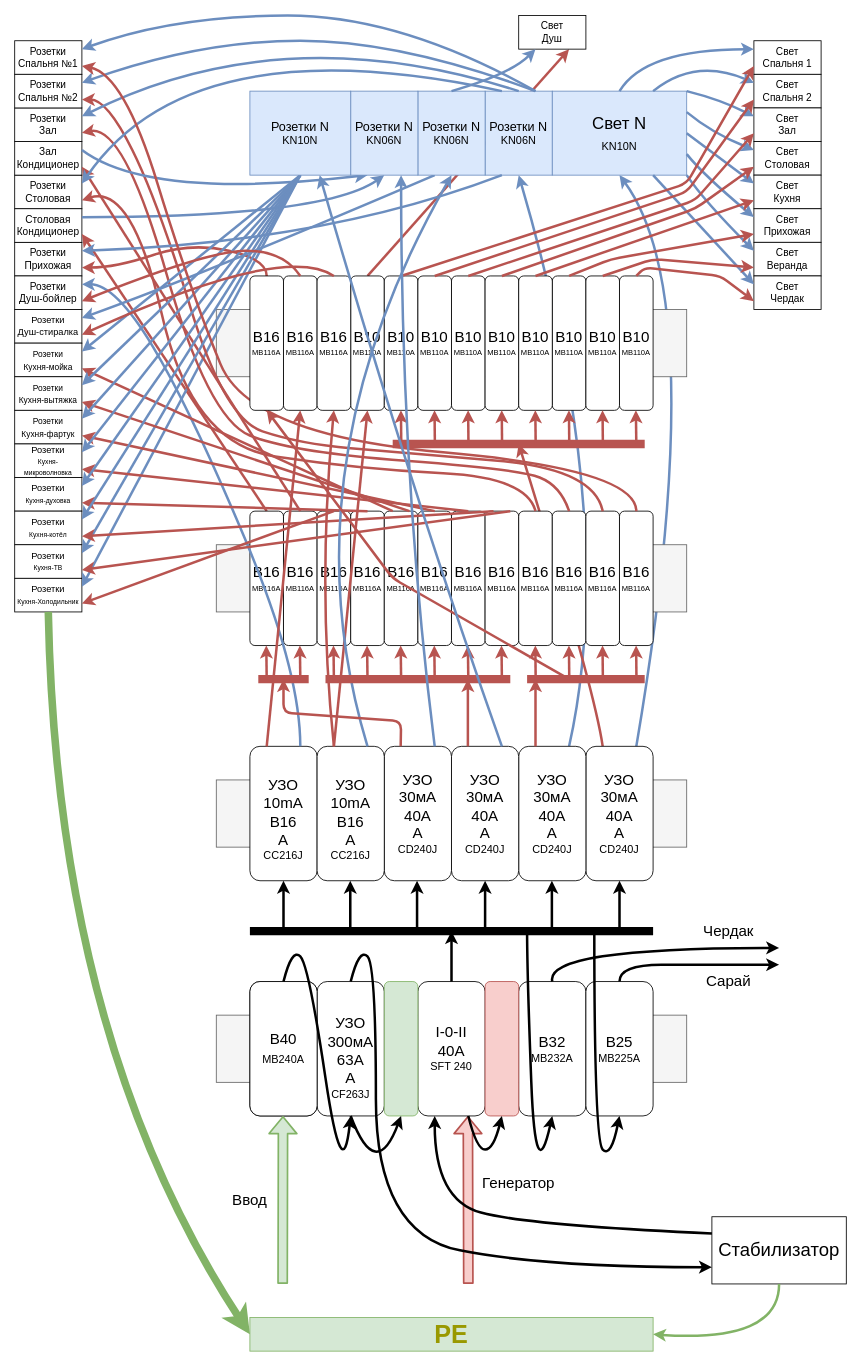
Before: shit-v2.drawio in Tur-4000/electro22, a draw.io diagram. Source tidied: cells renumbered, new cells numbered last; positions are measured from the earlier drawing's top-left corner, leaving out a move shared by most shapes. Both pictures are drawn from the tidied source at 84%, with x=0, y=0 at pixel (14, 15).
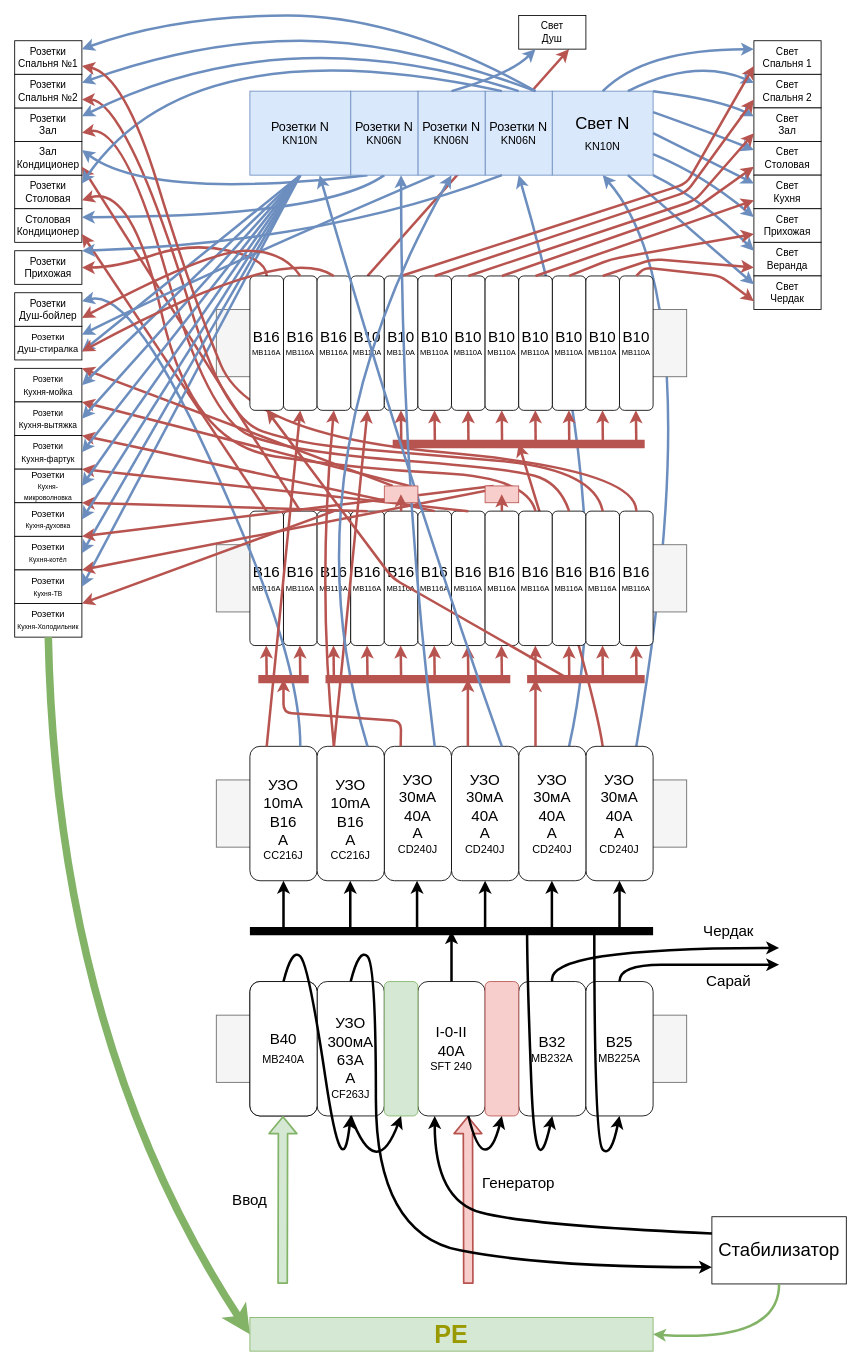
The same diagram, later.

Unchanged cells that the change refers to:
```xml
<mxCell id="16" value="&lt;div&gt;&lt;br&gt;&lt;/div&gt;&lt;div style=&quot;font-size: 18px&quot;&gt;&lt;font style=&quot;font-size: 18px&quot;&gt;УЗО&lt;/font&gt;&lt;br&gt;&lt;/div&gt;&lt;div style=&quot;font-size: 18px&quot;&gt;&lt;span style=&quot;color: rgb(0 , 0 , 0) ; font-weight: normal ; text-decoration: none ; font-family: &amp;#34;arial&amp;#34; ; font-style: normal&quot;&gt;&lt;font style=&quot;font-size: 18px&quot;&gt;10mA&lt;/font&gt;&lt;/span&gt;&lt;br&gt;&lt;span style=&quot;color: rgb(0 , 0 , 0) ; font-weight: normal ; text-decoration: none ; font-family: &amp;#34;arial&amp;#34; ; font-style: normal&quot;&gt;&lt;font style=&quot;font-size: 18px&quot;&gt;&lt;span style=&quot;color: rgb(0 , 0 , 0) ; font-weight: normal ; text-decoration: none ; font-family: &amp;#34;arial&amp;#34; ; font-style: normal&quot;&gt;B16&lt;/span&gt;&lt;/font&gt;&lt;/span&gt;&lt;/div&gt;&lt;div style=&quot;font-size: 18px&quot;&gt;&lt;span style=&quot;color: rgb(0 , 0 , 0) ; font-weight: normal ; text-decoration: none ; font-family: &amp;#34;arial&amp;#34; ; font-style: normal&quot;&gt;&lt;font style=&quot;font-size: 18px&quot;&gt;&lt;span style=&quot;color: rgb(0 , 0 , 0) ; font-weight: normal ; text-decoration: none ; font-family: &amp;#34;arial&amp;#34; ; font-style: normal&quot;&gt;А&lt;br&gt;&lt;/span&gt;&lt;/font&gt;&lt;/span&gt;&lt;/div&gt;&lt;div&gt;&lt;span style=&quot;font-size: 13px ; color: #000000 ; font-weight: normal ; text-decoration: none ; font-family: &amp;#34;arial&amp;#34; ; font-style: normal&quot;&gt;CC216J&lt;/span&gt;&lt;br&gt;&lt;span style=&quot;font-size: 13px ; color: #000000 ; font-weight: normal ; text-decoration: none ; font-family: &amp;#34;arial&amp;#34; ; font-style: normal&quot;&gt;&lt;/span&gt;&lt;/div&gt;" style="rounded=1;whiteSpace=wrap;html=1;" parent="1" vertex="1">
  <mxGeometry x="280" y="870" width="80" height="160" as="geometry" />
</mxCell>
<mxCell id="60" value="&lt;div&gt;Столовая&lt;/div&gt;&lt;div&gt;Кондиционер&lt;br&gt;&lt;/div&gt;" style="rounded=0;whiteSpace=wrap;html=1;" parent="1" vertex="1">
  <mxGeometry y="230" width="80" height="40" as="geometry" />
</mxCell>
<mxCell id="119" value="&lt;div&gt;&lt;span style=&quot;font-size: 13px ; color: #000000 ; font-weight: normal ; text-decoration: none ; font-family: &amp;#34;arial&amp;#34; ; font-style: normal&quot;&gt;&lt;font style=&quot;font-size: 18px&quot;&gt;B16&lt;/font&gt;&lt;br&gt;&lt;/span&gt;&lt;/div&gt;&lt;div&gt;&lt;font size=&quot;1&quot;&gt;&lt;span style=&quot;font-size: 9px ; color: rgb(0 , 0 , 0) ; font-weight: normal ; text-decoration: none ; font-family: &amp;#34;arial&amp;#34; ; font-style: normal&quot;&gt;MB116A&lt;/span&gt;&lt;/font&gt;&lt;/div&gt;" style="rounded=1;whiteSpace=wrap;html=1;" parent="1" vertex="1">
  <mxGeometry x="440" y="590" width="40" height="160" as="geometry" />
</mxCell>
<mxCell id="122" value="&lt;div&gt;&lt;span style=&quot;font-size: 13px ; color: #000000 ; font-weight: normal ; text-decoration: none ; font-family: &amp;#34;arial&amp;#34; ; font-style: normal&quot;&gt;&lt;font style=&quot;font-size: 18px&quot;&gt;B16&lt;/font&gt;&lt;br&gt;&lt;/span&gt;&lt;/div&gt;&lt;div&gt;&lt;font size=&quot;1&quot;&gt;&lt;span style=&quot;font-size: 9px ; color: rgb(0 , 0 , 0) ; font-weight: normal ; text-decoration: none ; font-family: &amp;#34;arial&amp;#34; ; font-style: normal&quot;&gt;MB116A&lt;/span&gt;&lt;/font&gt;&lt;/div&gt;" style="rounded=1;whiteSpace=wrap;html=1;" parent="1" vertex="1">
  <mxGeometry x="560" y="590" width="40" height="160" as="geometry" />
</mxCell>
<mxCell id="161" value="&lt;div style=&quot;font-size: 15px&quot;&gt;&lt;font style=&quot;font-size: 15px&quot;&gt;Розетки N&lt;/font&gt;&lt;/div&gt;&lt;div style=&quot;font-size: 13px&quot;&gt;&lt;font style=&quot;font-size: 13px&quot;&gt;KN06N&lt;br&gt;&lt;/font&gt;&lt;/div&gt;" style="rounded=0;whiteSpace=wrap;html=1;fillColor=#dae8fc;strokeColor=#6c8ebf;" parent="1" vertex="1">
  <mxGeometry x="400" y="90" width="80" height="100" as="geometry" />
</mxCell>
```

Change to the diagram source:
```diff
@@
     <mxCell id="41" value="&lt;div&gt;&lt;font style=&quot;font-size: 20px&quot;&gt;Свет N&lt;/font&gt;&lt;br&gt;&lt;font style=&quot;font-size: 20px&quot;&gt;&lt;span style=&quot;font-size: 13px ; color: #000000 ; font-weight: normal ; text-decoration: none ; font-family: &amp;#34;arial&amp;#34; ; font-style: normal&quot;&gt;KN10N&lt;/span&gt;&lt;/font&gt;&lt;/div&gt;" style="rounded=0;whiteSpace=wrap;html=1;fillColor=#dae8fc;strokeColor=#6c8ebf;" parent="1" vertex="1">
-      <mxGeometry x="640" y="90" width="160" height="100" as="geometry" />
+      <mxGeometry x="640" y="90" width="120" height="100" as="geometry" />
     </mxCell>
@@
     <mxCell id="48" value="&lt;div&gt;Розетки&lt;/div&gt;&lt;div&gt;Прихожая&lt;br&gt;&lt;/div&gt;" style="rounded=0;whiteSpace=wrap;html=1;" parent="1" vertex="1">
-      <mxGeometry y="270" width="80" height="40" as="geometry" />
+      <mxGeometry y="280" width="80" height="40" as="geometry" />
     </mxCell>
     <mxCell id="49" value="&lt;div&gt;Розетки&lt;/div&gt;&lt;div&gt;Душ-бойлер&lt;br&gt;&lt;/div&gt;" style="rounded=0;whiteSpace=wrap;html=1;" parent="1" vertex="1">
-      <mxGeometry y="310" width="80" height="40" as="geometry" />
+      <mxGeometry y="330" width="80" height="40" as="geometry" />
     </mxCell>
     <mxCell id="50" value="&lt;div style=&quot;font-size: 11px&quot;&gt;Розетки&lt;/div&gt;&lt;div style=&quot;font-size: 11px&quot;&gt;&lt;font style=&quot;font-size: 11px&quot;&gt;Душ-стиралка&lt;/font&gt;&lt;br&gt;&lt;/div&gt;" style="rounded=0;whiteSpace=wrap;html=1;" parent="1" vertex="1">
-      <mxGeometry y="350" width="80" height="40" as="geometry" />
+      <mxGeometry y="370" width="80" height="40" as="geometry" />
     </mxCell>
     <mxCell id="51" value="&lt;div&gt;&lt;font style=&quot;font-size: 10px&quot;&gt;Розетки&lt;/font&gt;&lt;/div&gt;&lt;div&gt;&lt;font style=&quot;font-size: 10px&quot;&gt;Кухня-мойка&lt;br&gt;&lt;/font&gt;&lt;/div&gt;" style="rounded=0;whiteSpace=wrap;html=1;" parent="1" vertex="1">
-      <mxGeometry y="390" width="80" height="40" as="geometry" />
+      <mxGeometry y="420" width="80" height="40" as="geometry" />
     </mxCell>
     <mxCell id="52" value="&lt;div&gt;&lt;font style=&quot;font-size: 10px&quot;&gt;Розетки&lt;/font&gt;&lt;/div&gt;&lt;div&gt;&lt;font style=&quot;font-size: 10px&quot;&gt;Кухня-вытяжка&lt;br&gt;&lt;/font&gt;&lt;/div&gt;" style="rounded=0;whiteSpace=wrap;html=1;" parent="1" vertex="1">
-      <mxGeometry y="430" width="80" height="40" as="geometry" />
+      <mxGeometry y="460" width="80" height="40" as="geometry" />
     </mxCell>
     <mxCell id="53" value="&lt;div&gt;&lt;font style=&quot;font-size: 10px&quot;&gt;Розетки&lt;/font&gt;&lt;/div&gt;&lt;div&gt;&lt;font style=&quot;font-size: 10px&quot;&gt;Кухня-фартук&lt;br&gt;&lt;/font&gt;&lt;/div&gt;" style="rounded=0;whiteSpace=wrap;html=1;" parent="1" vertex="1">
-      <mxGeometry y="470" width="80" height="40" as="geometry" />
+      <mxGeometry y="500" width="80" height="40" as="geometry" />
     </mxCell>
     <mxCell id="54" value="&lt;div style=&quot;font-size: 11px&quot;&gt;&lt;font style=&quot;font-size: 11px&quot;&gt;Розетки&lt;/font&gt;&lt;/div&gt;&lt;div style=&quot;font-size: 11px&quot;&gt;&lt;font style=&quot;font-size: 11px&quot;&gt;&lt;font style=&quot;font-size: 8px&quot;&gt;Кухня-микроволновка&lt;/font&gt;&lt;br&gt;&lt;/font&gt;&lt;/div&gt;" style="rounded=0;whiteSpace=wrap;html=1;" parent="1" vertex="1">
-      <mxGeometry y="510" width="80" height="40" as="geometry" />
+      <mxGeometry y="540" width="80" height="40" as="geometry" />
     </mxCell>
     <mxCell id="55" value="&lt;div style=&quot;font-size: 11px&quot;&gt;&lt;font style=&quot;font-size: 11px&quot;&gt;Розетки&lt;/font&gt;&lt;/div&gt;&lt;div style=&quot;font-size: 11px&quot;&gt;&lt;font style=&quot;font-size: 11px&quot;&gt;&lt;font style=&quot;font-size: 8px&quot;&gt;Кухня-духовка&lt;/font&gt;&lt;br&gt;&lt;/font&gt;&lt;/div&gt;" style="rounded=0;whiteSpace=wrap;html=1;" parent="1" vertex="1">
-      <mxGeometry y="550" width="80" height="40" as="geometry" />
+      <mxGeometry y="580" width="80" height="40" as="geometry" />
     </mxCell>
     <mxCell id="56" value="&lt;div style=&quot;font-size: 11px&quot;&gt;&lt;font style=&quot;font-size: 11px&quot;&gt;Розетки&lt;/font&gt;&lt;/div&gt;&lt;div style=&quot;font-size: 11px&quot;&gt;&lt;font style=&quot;font-size: 11px&quot;&gt;&lt;font style=&quot;font-size: 8px&quot;&gt;Кухня-котёл&lt;/font&gt;&lt;br&gt;&lt;/font&gt;&lt;/div&gt;" style="rounded=0;whiteSpace=wrap;html=1;" parent="1" vertex="1">
-      <mxGeometry y="590" width="80" height="40" as="geometry" />
+      <mxGeometry y="620" width="80" height="40" as="geometry" />
     </mxCell>
     <mxCell id="57" value="&lt;div style=&quot;font-size: 11px&quot;&gt;&lt;font style=&quot;font-size: 11px&quot;&gt;Розетки&lt;/font&gt;&lt;/div&gt;&lt;div style=&quot;font-size: 11px&quot;&gt;&lt;font style=&quot;font-size: 11px&quot;&gt;&lt;font style=&quot;font-size: 8px&quot;&gt;Кухня-ТВ&lt;/font&gt;&lt;br&gt;&lt;/font&gt;&lt;/div&gt;" style="rounded=0;whiteSpace=wrap;html=1;" parent="1" vertex="1">
-      <mxGeometry y="630" width="80" height="40" as="geometry" />
+      <mxGeometry y="660" width="80" height="40" as="geometry" />
     </mxCell>
     <mxCell id="58" value="&lt;div style=&quot;font-size: 11px&quot;&gt;&lt;font style=&quot;font-size: 11px&quot;&gt;Розетки&lt;/font&gt;&lt;/div&gt;&lt;div style=&quot;font-size: 11px&quot;&gt;&lt;font style=&quot;font-size: 11px&quot;&gt;&lt;font style=&quot;font-size: 8px&quot;&gt;Кухня-Холодильник&lt;/font&gt;&lt;br&gt;&lt;/font&gt;&lt;/div&gt;" style="rounded=0;whiteSpace=wrap;html=1;" parent="1" vertex="1">
-      <mxGeometry y="670" width="80" height="40" as="geometry" />
+      <mxGeometry y="700" width="80" height="40" as="geometry" />
     </mxCell>
@@
-    <mxCell id="64" style="curved=1;endArrow=classic;html=1;strokeWidth=3;exitX=1;exitY=0.25;exitDx=0;exitDy=0;fillColor=#dae8fc;strokeColor=#6c8ebf;entryX=0.5;entryY=1;entryDx=0;entryDy=0;" parent="1" edge="1" source="60" target="161">
+    <mxCell id="64" style="curved=1;endArrow=none;html=1;strokeWidth=3;exitX=1;exitY=0.25;exitDx=0;exitDy=0;fillColor=#dae8fc;strokeColor=#6c8ebf;entryX=0.5;entryY=1;entryDx=0;entryDy=0;startArrow=classic;startFill=1;endFill=0;" parent="1" edge="1" source="60" target="161">
       <mxGeometry relative="1" as="geometry">
         <Array as="points">
           <mxPoint x="370" y="240" />
         </Array>
       </mxGeometry>
     </mxCell>
@@
-    <mxCell id="137" style="curved=1;endArrow=classic;html=1;strokeWidth=3;exitX=1;exitY=0.25;exitDx=0;exitDy=0;fillColor=#dae8fc;strokeColor=#6c8ebf;entryX=0.25;entryY=1;entryDx=0;entryDy=0;" parent="1" edge="1" target="161">
+    <mxCell id="137" style="curved=1;endArrow=none;html=1;strokeWidth=3;exitX=1;exitY=0.25;exitDx=0;exitDy=0;fillColor=#dae8fc;strokeColor=#6c8ebf;entryX=0.25;entryY=1;entryDx=0;entryDy=0;startArrow=classic;startFill=1;endFill=0;" parent="1" edge="1" target="161">
       <mxGeometry relative="1" as="geometry">
         <mxPoint x="80" y="160" as="sourcePoint" />
         <Array as="points">
           <mxPoint x="160" y="220" />
         </Array>
       </mxGeometry>
     </mxCell>
@@
     <mxCell id="142" style="curved=1;endArrow=classic;html=1;strokeWidth=3;fillColor=#dae8fc;strokeColor=#6c8ebf;entryX=1;entryY=0.25;entryDx=0;entryDy=0;exitX=0.75;exitY=0;exitDx=0;exitDy=0;" parent="1" edge="1" source="16" target="49">
       <mxGeometry relative="1" as="geometry">
         <Array as="points">
           <mxPoint x="340" y="780" />
           <mxPoint x="210" y="470" />
-          <mxPoint x="120" y="320" />
+          <mxPoint x="120" y="330" />
         </Array>
       </mxGeometry>
     </mxCell>
-    <mxCell id="143" style="curved=1;endArrow=none;html=1;strokeWidth=3;exitX=1;exitY=0.75;exitDx=0;exitDy=0;fillColor=#f8cecc;strokeColor=#b85450;entryX=0.25;entryY=0;entryDx=0;entryDy=0;startArrow=classic;startFill=1;endFill=0;" parent="1" edge="1" target="119">
+    <mxCell id="143" style="curved=1;endArrow=none;html=1;strokeWidth=3;exitX=1;exitY=0.75;exitDx=0;exitDy=0;fillColor=#f8cecc;strokeColor=#b85450;entryX=0.25;entryY=0;entryDx=0;entryDy=0;startArrow=classic;startFill=1;endFill=0;" parent="1" edge="1" target="193">
       <mxGeometry relative="1" as="geometry">
         <mxPoint x="80" y="420" as="sourcePoint" />
       </mxGeometry>
     </mxCell>
@@
-    <mxCell id="145" style="curved=1;endArrow=none;html=1;strokeWidth=3;exitX=1;exitY=0.75;exitDx=0;exitDy=0;fillColor=#f8cecc;strokeColor=#b85450;entryX=0.75;entryY=0;entryDx=0;entryDy=0;startArrow=classic;startFill=1;endFill=0;" parent="1" edge="1" target="119">
+    <mxCell id="145" style="curved=1;endArrow=none;html=1;strokeWidth=3;exitX=1;exitY=0.75;exitDx=0;exitDy=0;fillColor=#f8cecc;strokeColor=#b85450;entryX=0.75;entryY=0;entryDx=0;entryDy=0;startArrow=classic;startFill=1;endFill=0;" parent="1" edge="1" target="193">
       <mxGeometry relative="1" as="geometry">
         <mxPoint x="80" y="460" as="sourcePoint" />
       </mxGeometry>
     </mxCell>
@@
-    <mxCell id="155" style="curved=1;endArrow=none;html=1;strokeWidth=3;exitX=1;exitY=0.75;exitDx=0;exitDy=0;fillColor=#f8cecc;strokeColor=#b85450;startArrow=classic;startFill=1;endFill=0;" parent="1" edge="1">
+    <mxCell id="155" style="curved=1;endArrow=none;html=1;strokeWidth=3;exitX=1;exitY=0.75;exitDx=0;exitDy=0;fillColor=#f8cecc;strokeColor=#b85450;startArrow=classic;startFill=1;endFill=0;entryX=0.25;entryY=0;entryDx=0;entryDy=0;" parent="1" edge="1" target="191">
       <mxGeometry relative="1" as="geometry">
         <mxPoint x="80" y="620" as="sourcePoint" />
-        <mxPoint x="570" y="590" as="targetPoint" />
       </mxGeometry>
     </mxCell>
@@
-    <mxCell id="157" style="curved=1;endArrow=none;html=1;strokeWidth=3;exitX=1;exitY=0.75;exitDx=0;exitDy=0;fillColor=#f8cecc;strokeColor=#b85450;entryX=0.75;entryY=0;entryDx=0;entryDy=0;startArrow=classic;startFill=1;endFill=0;" parent="1" edge="1" target="122">
+    <mxCell id="157" style="curved=1;endArrow=none;html=1;strokeWidth=3;exitX=1;exitY=0.75;exitDx=0;exitDy=0;fillColor=#f8cecc;strokeColor=#b85450;entryX=0.75;entryY=0;entryDx=0;entryDy=0;startArrow=classic;startFill=1;endFill=0;" parent="1" edge="1" target="191">
       <mxGeometry relative="1" as="geometry">
         <mxPoint x="80" y="660" as="sourcePoint" />
       </mxGeometry>
     </mxCell>
@@
+    <mxCell id="191" style="rounded=0;whiteSpace=wrap;html=1;fillColor=#f8cecc;strokeColor=#b85450;" parent="1" vertex="1">
+      <mxGeometry x="560" y="560" width="40" height="20" as="geometry" />
+    </mxCell>
+    <mxCell id="192" style="endArrow=classic;html=1;strokeWidth=3;entryX=0.5;entryY=1;entryDx=0;entryDy=0;fillColor=#f8cecc;strokeColor=#b85450;exitX=0.5;exitY=0;exitDx=0;exitDy=0;" parent="1" edge="1" source="122">
+      <mxGeometry relative="1" as="geometry">
+        <mxPoint x="579.8" y="570" as="targetPoint" />
+      </mxGeometry>
+    </mxCell>
+    <mxCell id="193" style="rounded=0;whiteSpace=wrap;html=1;fillColor=#f8cecc;strokeColor=#b85450;" parent="1" vertex="1">
+      <mxGeometry x="440" y="560" width="40" height="20" as="geometry" />
+    </mxCell>
+    <mxCell id="194" style="endArrow=classic;html=1;strokeWidth=3;entryX=0.5;entryY=1;entryDx=0;entryDy=0;fillColor=#f8cecc;strokeColor=#b85450;exitX=0.5;exitY=0;exitDx=0;exitDy=0;" parent="1" edge="1">
+      <mxGeometry relative="1" as="geometry">
+        <mxPoint x="460" y="590" as="sourcePoint" />
+        <mxPoint x="459.8" y="570" as="targetPoint" />
+      </mxGeometry>
+    </mxCell>
```
